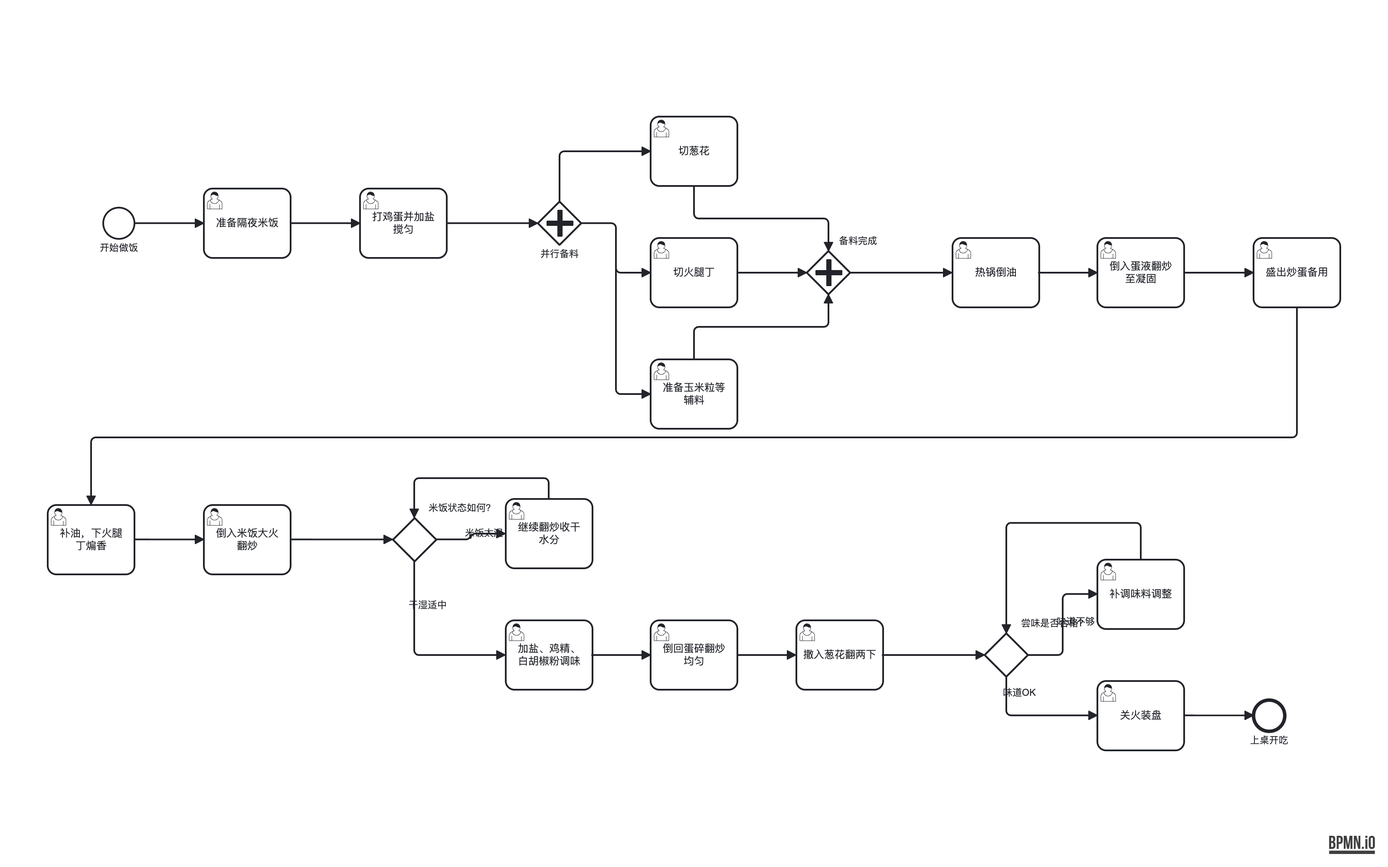
Before: out-bpmn-png/38-egg-fried-rice-loop-height.png, a diagram exported from BPMN (LcpMarvel/tramito-layout). Its source is kept beside it as out-xml/38-egg-fried-rice-loop-height.bpmn. Ids are renumbered.
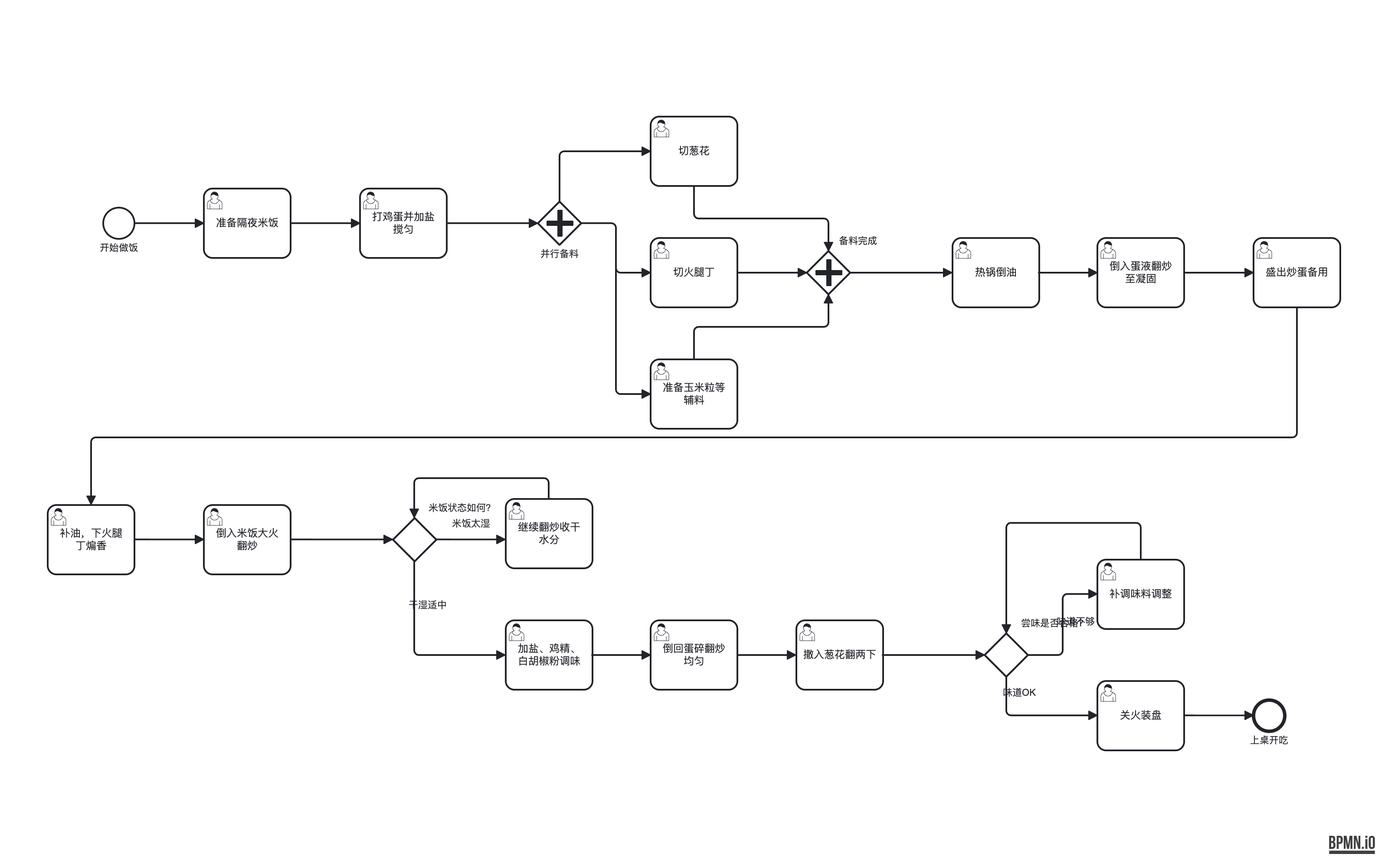
After the change.

Diff of the diagram source:
```diff
@@ -286,9 +286,7 @@
       </bpmndi:BPMNEdge>
       <bpmndi:BPMNEdge id="flow_40_di" bpmnElement="flow_40">
         <di:waypoint x="619.5" y="519.6666666666666" />
-        <di:waypoint x="659.5" y="519.6666666666666" />
-        <di:waypoint x="659.5" y="513" />
-        <di:waypoint x="699.5" y="513" />
+        <di:waypoint x="699.5" y="519.6666666666666" />
       </bpmndi:BPMNEdge>
       <bpmndi:BPMNEdge id="flow_41_di" bpmnElement="flow_41">
         <di:waypoint x="749.5" y="473" />
```
